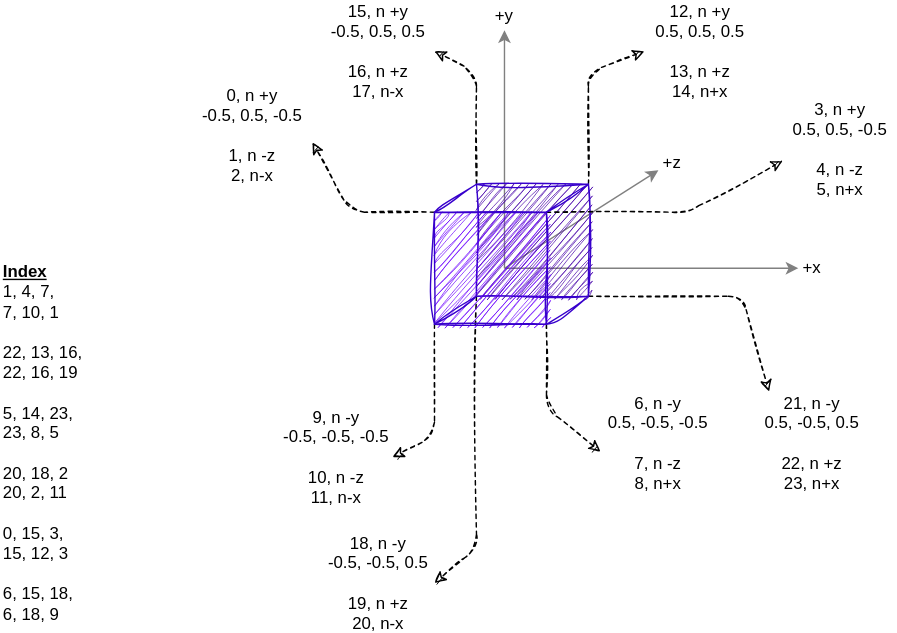
Before: docs/pre_mode_objects/cube/diagram.drawio.svg, a diagram exported from draw.io (Pipe-Runner-Lab/dynalar_v2). Source tidied: cells renumbered, new cells last; positions are measured from the earlier drawing's top-left corner, leaving out a move shared by most shapes. Source of this version:
```xml
<mxGraphModel>
  <root>
    <mxCell id="0" />
    <mxCell id="1" parent="0" />
    <mxCell id="2" style="endArrow=classic;html=1;dashed=1;sketch=1;strokeColor=default;entryX=1;entryY=0.5;entryDx=0;entryDy=0;" parent="1" edge="1" target="29">
      <mxGeometry relative="1" as="geometry">
        <mxPoint x="340" y="210" as="sourcePoint" />
        <Array as="points">
          <mxPoint x="340" y="390" />
        </Array>
      </mxGeometry>
    </mxCell>
    <mxCell id="3" style="endArrow=classic;html=1;entryX=0.5;entryY=1;entryDx=0;entryDy=0;strokeColor=#808080;" parent="1" edge="1" target="8">
      <mxGeometry relative="1" as="geometry">
        <mxPoint x="360" y="190" as="sourcePoint" />
      </mxGeometry>
    </mxCell>
    <mxCell id="4" style="endArrow=classic;html=1;entryX=0;entryY=0.5;entryDx=0;entryDy=0;strokeColor=#808080;" parent="1" edge="1" target="6">
      <mxGeometry relative="1" as="geometry">
        <mxPoint x="360" y="190" as="sourcePoint" />
      </mxGeometry>
    </mxCell>
    <mxCell id="5" style="endArrow=classic;html=1;entryX=0;entryY=1;entryDx=0;entryDy=0;strokeColor=#808080;" parent="1" edge="1" target="7">
      <mxGeometry relative="1" as="geometry">
        <mxPoint x="360" y="190" as="sourcePoint" />
      </mxGeometry>
    </mxCell>
    <mxCell id="6" value="+x" style="text;strokeColor=none;align=center;fillColor=none;html=1;verticalAlign=middle;whiteSpace=wrap;rounded=0;" parent="1" vertex="1">
      <mxGeometry x="570" y="185" width="20" height="10" as="geometry" />
    </mxCell>
    <mxCell id="7" value="+z" style="text;strokeColor=none;align=center;fillColor=none;html=1;verticalAlign=middle;whiteSpace=wrap;rounded=0;" parent="1" vertex="1">
      <mxGeometry x="470" y="110" width="20" height="10" as="geometry" />
    </mxCell>
    <mxCell id="8" value="+y" style="text;strokeColor=none;align=center;fillColor=none;html=1;verticalAlign=middle;whiteSpace=wrap;rounded=0;" parent="1" vertex="1">
      <mxGeometry x="350" width="20" height="20" as="geometry" />
    </mxCell>
    <mxCell id="9" value="&lt;b&gt;&lt;u&gt;Index&lt;/u&gt;&lt;/b&gt;&lt;br&gt;1, 4, 7, &lt;br&gt;7, 10, 1&lt;br&gt;&lt;br&gt;22, 13, 16,&lt;br&gt;22, 16, 19&lt;br&gt;&lt;br&gt;5, 14, 23,&lt;br&gt;23, 8, 5&lt;br&gt;&lt;br&gt;20, 18, 2&lt;br&gt;20, 2, 11&lt;br&gt;&lt;br&gt;0, 15, 3,&lt;br&gt;15, 12, 3&lt;br&gt;&lt;br&gt;6, 15, 18,&lt;br&gt;6, 18, 9" style="text;strokeColor=none;align=left;fillColor=none;html=1;verticalAlign=middle;whiteSpace=wrap;rounded=0;" parent="1" vertex="1">
      <mxGeometry y="185" width="130" height="260" as="geometry" />
    </mxCell>
    <mxCell id="10" value="0, n +y&lt;br&gt;-0.5, 0.5, -0.5&lt;br&gt;&lt;br&gt;1, n -z&lt;br&gt;2, n-x&lt;br&gt;" style="text;strokeColor=none;align=center;fillColor=none;html=1;verticalAlign=middle;whiteSpace=wrap;rounded=0;" parent="1" vertex="1">
      <mxGeometry x="140" y="60" width="80" height="70" as="geometry" />
    </mxCell>
    <mxCell id="11" style="edgeStyle=none;sketch=1;html=1;exitX=1;exitY=0;exitDx=0;exitDy=0;dashed=1;entryX=0;entryY=0.5;entryDx=0;entryDy=0;" parent="1" edge="1" source="14" target="27">
      <mxGeometry relative="1" as="geometry">
        <Array as="points">
          <mxPoint x="420" y="50" />
        </Array>
      </mxGeometry>
    </mxCell>
    <mxCell id="12" style="edgeStyle=none;sketch=1;html=1;exitX=0;exitY=0;exitDx=0;exitDy=0;dashed=1;entryX=1;entryY=0.5;entryDx=0;entryDy=0;" parent="1" edge="1" source="14" target="28">
      <mxGeometry relative="1" as="geometry">
        <Array as="points">
          <mxPoint x="340" y="50" />
        </Array>
      </mxGeometry>
    </mxCell>
    <mxCell id="13" style="edgeStyle=none;sketch=1;html=1;exitX=1;exitY=1;exitDx=0;exitDy=0;dashed=1;entryX=0.114;entryY=-0.026;entryDx=0;entryDy=0;entryPerimeter=0;" parent="1" edge="1" source="14" target="30">
      <mxGeometry relative="1" as="geometry">
        <Array as="points">
          <mxPoint x="530" y="210" />
        </Array>
      </mxGeometry>
    </mxCell>
    <mxCell id="14" style="whiteSpace=wrap;html=1;sketch=1;curveFitting=1;jiggle=2;fillColor=#4600A8;fontColor=#ffffff;strokeColor=#3700CC;" parent="1" vertex="1">
      <mxGeometry x="340" y="130" width="80" height="80" as="geometry" />
    </mxCell>
    <mxCell id="15" style="edgeStyle=none;sketch=1;html=1;exitX=0;exitY=1;exitDx=0;exitDy=0;dashed=1;entryX=1;entryY=0.5;entryDx=0;entryDy=0;" parent="1" edge="1" source="19" target="26">
      <mxGeometry relative="1" as="geometry">
        <Array as="points">
          <mxPoint x="310" y="310" />
        </Array>
      </mxGeometry>
    </mxCell>
    <mxCell id="16" style="edgeStyle=none;sketch=1;html=1;exitX=0;exitY=0;exitDx=0;exitDy=0;dashed=1;entryX=1.036;entryY=0.573;entryDx=0;entryDy=0;entryPerimeter=0;" parent="1" edge="1" source="19" target="10">
      <mxGeometry relative="1" as="geometry">
        <Array as="points">
          <mxPoint x="250" y="150" />
        </Array>
      </mxGeometry>
    </mxCell>
    <mxCell id="17" style="edgeStyle=none;sketch=1;html=1;exitX=1;exitY=0;exitDx=0;exitDy=0;strokeColor=default;dashed=1;entryX=-0.014;entryY=0.618;entryDx=0;entryDy=0;entryPerimeter=0;" parent="1" edge="1" source="19" target="24">
      <mxGeometry relative="1" as="geometry">
        <Array as="points">
          <mxPoint x="490" y="150" />
        </Array>
      </mxGeometry>
    </mxCell>
    <mxCell id="18" style="edgeStyle=none;sketch=1;html=1;exitX=1;exitY=1;exitDx=0;exitDy=0;dashed=1;entryX=-0.017;entryY=0.587;entryDx=0;entryDy=0;entryPerimeter=0;" parent="1" edge="1" source="19" target="25">
      <mxGeometry relative="1" as="geometry">
        <Array as="points">
          <mxPoint x="390" y="290" />
        </Array>
      </mxGeometry>
    </mxCell>
    <mxCell id="19" style="whiteSpace=wrap;html=1;sketch=1;curveFitting=1;jiggle=2;fillColor=#6a00ff;fontColor=#ffffff;strokeColor=#3700CC;" parent="1" vertex="1">
      <mxGeometry x="310" y="150" width="80" height="80" as="geometry" />
    </mxCell>
    <mxCell id="20" style="endArrow=none;html=1;exitX=1;exitY=1;exitDx=0;exitDy=0;entryX=1;entryY=1;entryDx=0;entryDy=0;fillColor=#6a00ff;strokeColor=#3700CC;sketch=1;curveFitting=1;jiggle=2;" parent="1" edge="1" source="19" target="14">
      <mxGeometry relative="1" as="geometry" />
    </mxCell>
    <mxCell id="21" style="endArrow=none;html=1;exitX=1;exitY=1;exitDx=0;exitDy=0;entryX=1;entryY=1;entryDx=0;entryDy=0;fillColor=#6a00ff;strokeColor=#3700CC;sketch=1;curveFitting=1;jiggle=2;" parent="1" edge="1">
      <mxGeometry relative="1" as="geometry">
        <mxPoint x="390" y="150" as="sourcePoint" />
        <mxPoint x="420" y="130" as="targetPoint" />
      </mxGeometry>
    </mxCell>
    <mxCell id="22" style="endArrow=none;html=1;exitX=1;exitY=1;exitDx=0;exitDy=0;entryX=1;entryY=1;entryDx=0;entryDy=0;fillColor=#6a00ff;strokeColor=#3700CC;sketch=1;curveFitting=1;jiggle=2;" parent="1" edge="1">
      <mxGeometry relative="1" as="geometry">
        <mxPoint x="310" y="230" as="sourcePoint" />
        <mxPoint x="340" y="210" as="targetPoint" />
      </mxGeometry>
    </mxCell>
    <mxCell id="23" style="endArrow=none;html=1;exitX=1;exitY=1;exitDx=0;exitDy=0;entryX=1;entryY=1;entryDx=0;entryDy=0;fillColor=#6a00ff;strokeColor=#3700CC;sketch=1;curveFitting=1;jiggle=2;" parent="1" edge="1">
      <mxGeometry relative="1" as="geometry">
        <mxPoint x="310" y="150" as="sourcePoint" />
        <mxPoint x="340" y="130" as="targetPoint" />
      </mxGeometry>
    </mxCell>
    <mxCell id="24" value="3, n +y&lt;br&gt;0.5, 0.5, -0.5&lt;br&gt;&lt;br&gt;4, n -z&lt;br&gt;5, n+x" style="text;strokeColor=none;align=center;fillColor=none;html=1;verticalAlign=middle;whiteSpace=wrap;rounded=0;" parent="1" vertex="1">
      <mxGeometry x="560" y="70" width="80" height="70" as="geometry" />
    </mxCell>
    <mxCell id="25" value="6, n -y&lt;br&gt;0.5, -0.5, -0.5&lt;br&gt;&lt;br&gt;7, n -z&lt;br&gt;8, n+x" style="text;strokeColor=none;align=center;fillColor=none;html=1;verticalAlign=middle;whiteSpace=wrap;rounded=0;" parent="1" vertex="1">
      <mxGeometry x="430" y="280" width="80" height="70" as="geometry" />
    </mxCell>
    <mxCell id="26" value="9, n -y&lt;br&gt;-0.5, -0.5, -0.5&lt;br&gt;&lt;br&gt;10, n -z&lt;br&gt;11, n-x" style="text;strokeColor=none;align=center;fillColor=none;html=1;verticalAlign=middle;whiteSpace=wrap;rounded=0;" parent="1" vertex="1">
      <mxGeometry x="200" y="290" width="80" height="70" as="geometry" />
    </mxCell>
    <mxCell id="27" value="12, n +y&lt;br&gt;0.5, 0.5, 0.5&lt;br&gt;&lt;br&gt;13, n +z&lt;br&gt;14, n+x" style="text;strokeColor=none;align=center;fillColor=none;html=1;verticalAlign=middle;whiteSpace=wrap;rounded=0;" parent="1" vertex="1">
      <mxGeometry x="460" width="80" height="70" as="geometry" />
    </mxCell>
    <mxCell id="28" value="15, n +y&lt;br&gt;-0.5, 0.5, 0.5&lt;br&gt;&lt;br&gt;16, n +z&lt;br&gt;17, n-x" style="text;strokeColor=none;align=center;fillColor=none;html=1;verticalAlign=middle;whiteSpace=wrap;rounded=0;" parent="1" vertex="1">
      <mxGeometry x="230" width="80" height="70" as="geometry" />
    </mxCell>
    <mxCell id="29" value="18, n -y&lt;br&gt;-0.5, -0.5, 0.5&lt;br&gt;&lt;br&gt;19, n +z&lt;br&gt;20, n-x" style="text;strokeColor=none;align=center;fillColor=none;html=1;verticalAlign=middle;whiteSpace=wrap;rounded=0;" parent="1" vertex="1">
      <mxGeometry x="230" y="380" width="80" height="70" as="geometry" />
    </mxCell>
    <mxCell id="30" value="21, n -y&lt;br&gt;0.5, -0.5, 0.5&lt;br&gt;&lt;br&gt;22, n +z&lt;br&gt;23, n+x" style="text;strokeColor=none;align=center;fillColor=none;html=1;verticalAlign=middle;whiteSpace=wrap;rounded=0;" parent="1" vertex="1">
      <mxGeometry x="540" y="280" width="80" height="70" as="geometry" />
    </mxCell>
  </root>
</mxGraphModel>
```
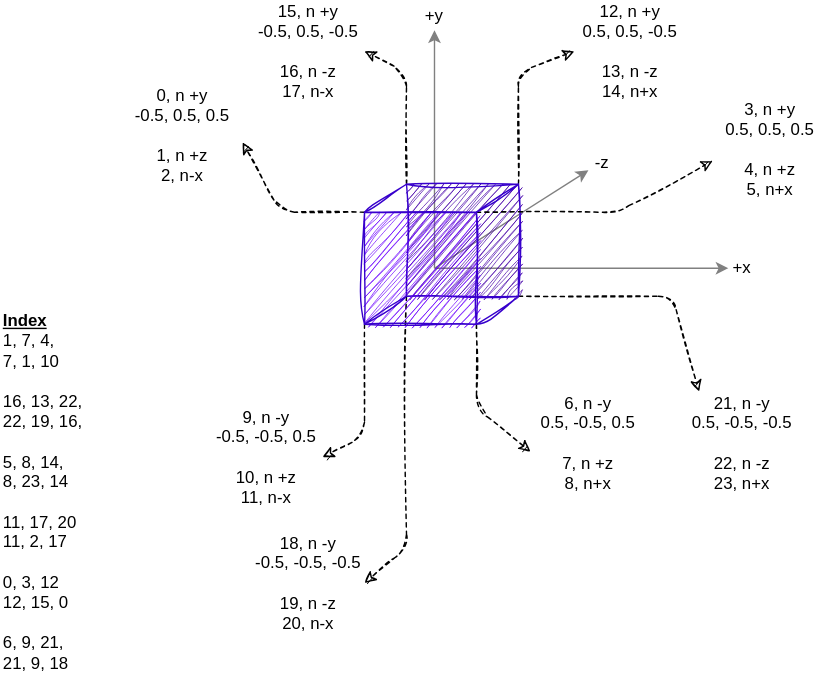
The same file after the commit.

The edit, as a diff of the source:
```diff
@@ -28,16 +28,16 @@
     <mxCell id="6" value="+x" style="text;strokeColor=none;align=center;fillColor=none;html=1;verticalAlign=middle;whiteSpace=wrap;rounded=0;" parent="1" vertex="1">
       <mxGeometry x="570" y="185" width="20" height="10" as="geometry" />
     </mxCell>
-    <mxCell id="7" value="+z" style="text;strokeColor=none;align=center;fillColor=none;html=1;verticalAlign=middle;whiteSpace=wrap;rounded=0;" parent="1" vertex="1">
+    <mxCell id="7" value="-z" style="text;strokeColor=none;align=center;fillColor=none;html=1;verticalAlign=middle;whiteSpace=wrap;rounded=0;" parent="1" vertex="1">
       <mxGeometry x="470" y="110" width="20" height="10" as="geometry" />
     </mxCell>
     <mxCell id="8" value="+y" style="text;strokeColor=none;align=center;fillColor=none;html=1;verticalAlign=middle;whiteSpace=wrap;rounded=0;" parent="1" vertex="1">
       <mxGeometry x="350" width="20" height="20" as="geometry" />
     </mxCell>
-    <mxCell id="9" value="&lt;b&gt;&lt;u&gt;Index&lt;/u&gt;&lt;/b&gt;&lt;br&gt;1, 4, 7, &lt;br&gt;7, 10, 1&lt;br&gt;&lt;br&gt;22, 13, 16,&lt;br&gt;22, 16, 19&lt;br&gt;&lt;br&gt;5, 14, 23,&lt;br&gt;23, 8, 5&lt;br&gt;&lt;br&gt;20, 18, 2&lt;br&gt;20, 2, 11&lt;br&gt;&lt;br&gt;0, 15, 3,&lt;br&gt;15, 12, 3&lt;br&gt;&lt;br&gt;6, 15, 18,&lt;br&gt;6, 18, 9" style="text;strokeColor=none;align=left;fillColor=none;html=1;verticalAlign=middle;whiteSpace=wrap;rounded=0;" parent="1" vertex="1">
-      <mxGeometry y="185" width="130" height="260" as="geometry" />
+    <mxCell id="9" value="&lt;b&gt;&lt;u&gt;Index&lt;/u&gt;&lt;/b&gt;&lt;br&gt;1, 7, 4, &lt;br&gt;7, 1, 10&lt;br&gt;&lt;br&gt;16, 13, 22,&lt;br&gt;22, 19, 16,&lt;br&gt;&lt;br&gt;5, 8, 14,&lt;br&gt;8, 23, 14&lt;br&gt;&lt;br&gt;11, 17, 20&lt;br&gt;11, 2, 17&lt;br&gt;&lt;br&gt;0, 3, 12&lt;br&gt;12, 15, 0&lt;br&gt;&lt;br&gt;6, 9, 21,&lt;br&gt;21, 9, 18" style="text;strokeColor=none;align=left;fillColor=none;html=1;verticalAlign=middle;whiteSpace=wrap;rounded=0;" parent="1" vertex="1">
+      <mxGeometry x="50" y="220" width="110" height="260" as="geometry" />
     </mxCell>
-    <mxCell id="10" value="0, n +y&lt;br&gt;-0.5, 0.5, -0.5&lt;br&gt;&lt;br&gt;1, n -z&lt;br&gt;2, n-x&lt;br&gt;" style="text;strokeColor=none;align=center;fillColor=none;html=1;verticalAlign=middle;whiteSpace=wrap;rounded=0;" parent="1" vertex="1">
+    <mxCell id="10" value="0, n +y&lt;br&gt;-0.5, 0.5, 0.5&lt;br&gt;&lt;br&gt;1, n +z&lt;br&gt;2, n-x" style="text;strokeColor=none;align=center;fillColor=none;html=1;verticalAlign=middle;whiteSpace=wrap;rounded=0;" parent="1" vertex="1">
       <mxGeometry x="140" y="60" width="80" height="70" as="geometry" />
     </mxCell>
     <mxCell id="11" style="edgeStyle=none;sketch=1;html=1;exitX=1;exitY=0;exitDx=0;exitDy=0;dashed=1;entryX=0;entryY=0.5;entryDx=0;entryDy=0;" parent="1" edge="1" source="14" target="27">
@@ -116,25 +116,25 @@
         <mxPoint x="340" y="130" as="targetPoint" />
       </mxGeometry>
     </mxCell>
-    <mxCell id="24" value="3, n +y&lt;br&gt;0.5, 0.5, -0.5&lt;br&gt;&lt;br&gt;4, n -z&lt;br&gt;5, n+x" style="text;strokeColor=none;align=center;fillColor=none;html=1;verticalAlign=middle;whiteSpace=wrap;rounded=0;" parent="1" vertex="1">
+    <mxCell id="24" value="3, n +y&lt;br&gt;0.5, 0.5, 0.5&lt;br&gt;&lt;br&gt;4, n +z&lt;br&gt;5, n+x" style="text;strokeColor=none;align=center;fillColor=none;html=1;verticalAlign=middle;whiteSpace=wrap;rounded=0;" parent="1" vertex="1">
       <mxGeometry x="560" y="70" width="80" height="70" as="geometry" />
     </mxCell>
-    <mxCell id="25" value="6, n -y&lt;br&gt;0.5, -0.5, -0.5&lt;br&gt;&lt;br&gt;7, n -z&lt;br&gt;8, n+x" style="text;strokeColor=none;align=center;fillColor=none;html=1;verticalAlign=middle;whiteSpace=wrap;rounded=0;" parent="1" vertex="1">
+    <mxCell id="25" value="6, n -y&lt;br&gt;0.5, -0.5, 0.5&lt;br&gt;&lt;br&gt;7, n +z&lt;br&gt;8, n+x" style="text;strokeColor=none;align=center;fillColor=none;html=1;verticalAlign=middle;whiteSpace=wrap;rounded=0;" parent="1" vertex="1">
       <mxGeometry x="430" y="280" width="80" height="70" as="geometry" />
     </mxCell>
-    <mxCell id="26" value="9, n -y&lt;br&gt;-0.5, -0.5, -0.5&lt;br&gt;&lt;br&gt;10, n -z&lt;br&gt;11, n-x" style="text;strokeColor=none;align=center;fillColor=none;html=1;verticalAlign=middle;whiteSpace=wrap;rounded=0;" parent="1" vertex="1">
+    <mxCell id="26" value="9, n -y&lt;br&gt;-0.5, -0.5, 0.5&lt;br&gt;&lt;br&gt;10, n +z&lt;br&gt;11, n-x" style="text;strokeColor=none;align=center;fillColor=none;html=1;verticalAlign=middle;whiteSpace=wrap;rounded=0;" parent="1" vertex="1">
       <mxGeometry x="200" y="290" width="80" height="70" as="geometry" />
     </mxCell>
-    <mxCell id="27" value="12, n +y&lt;br&gt;0.5, 0.5, 0.5&lt;br&gt;&lt;br&gt;13, n +z&lt;br&gt;14, n+x" style="text;strokeColor=none;align=center;fillColor=none;html=1;verticalAlign=middle;whiteSpace=wrap;rounded=0;" parent="1" vertex="1">
+    <mxCell id="27" value="12, n +y&lt;br&gt;0.5, 0.5, -0.5&lt;br&gt;&lt;br&gt;13, n -z&lt;br&gt;14, n+x" style="text;strokeColor=none;align=center;fillColor=none;html=1;verticalAlign=middle;whiteSpace=wrap;rounded=0;" parent="1" vertex="1">
       <mxGeometry x="460" width="80" height="70" as="geometry" />
     </mxCell>
-    <mxCell id="28" value="15, n +y&lt;br&gt;-0.5, 0.5, 0.5&lt;br&gt;&lt;br&gt;16, n +z&lt;br&gt;17, n-x" style="text;strokeColor=none;align=center;fillColor=none;html=1;verticalAlign=middle;whiteSpace=wrap;rounded=0;" parent="1" vertex="1">
+    <mxCell id="28" value="15, n +y&lt;br&gt;-0.5, 0.5, -0.5&lt;br&gt;&lt;br&gt;16, n -z&lt;br&gt;17, n-x" style="text;strokeColor=none;align=center;fillColor=none;html=1;verticalAlign=middle;whiteSpace=wrap;rounded=0;" parent="1" vertex="1">
       <mxGeometry x="230" width="80" height="70" as="geometry" />
     </mxCell>
-    <mxCell id="29" value="18, n -y&lt;br&gt;-0.5, -0.5, 0.5&lt;br&gt;&lt;br&gt;19, n +z&lt;br&gt;20, n-x" style="text;strokeColor=none;align=center;fillColor=none;html=1;verticalAlign=middle;whiteSpace=wrap;rounded=0;" parent="1" vertex="1">
+    <mxCell id="29" value="18, n -y&lt;br&gt;-0.5, -0.5, -0.5&lt;br&gt;&lt;br&gt;19, n -z&lt;br&gt;20, n-x" style="text;strokeColor=none;align=center;fillColor=none;html=1;verticalAlign=middle;whiteSpace=wrap;rounded=0;" parent="1" vertex="1">
       <mxGeometry x="230" y="380" width="80" height="70" as="geometry" />
     </mxCell>
-    <mxCell id="30" value="21, n -y&lt;br&gt;0.5, -0.5, 0.5&lt;br&gt;&lt;br&gt;22, n +z&lt;br&gt;23, n+x" style="text;strokeColor=none;align=center;fillColor=none;html=1;verticalAlign=middle;whiteSpace=wrap;rounded=0;" parent="1" vertex="1">
+    <mxCell id="30" value="21, n -y&lt;br&gt;0.5, -0.5, -0.5&lt;br&gt;&lt;br&gt;22, n -z&lt;br&gt;23, n+x" style="text;strokeColor=none;align=center;fillColor=none;html=1;verticalAlign=middle;whiteSpace=wrap;rounded=0;" parent="1" vertex="1">
       <mxGeometry x="540" y="280" width="80" height="70" as="geometry" />
     </mxCell>
   </root>
```
